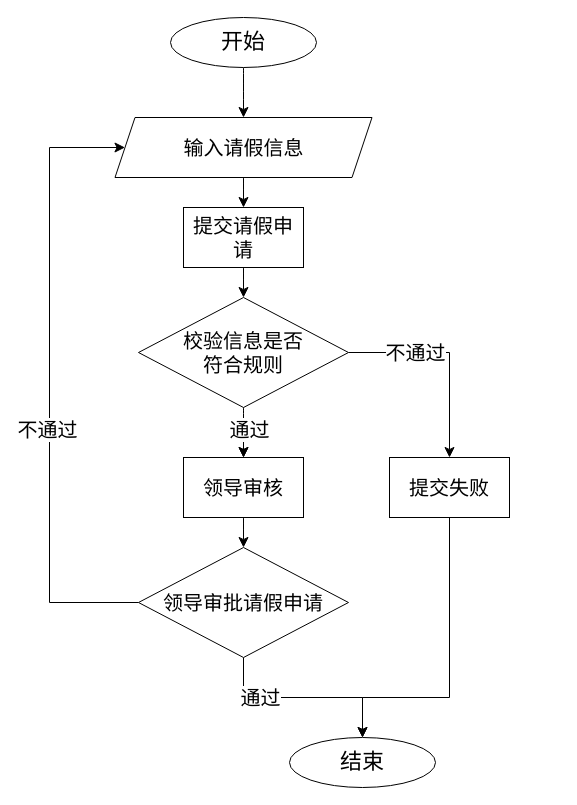
The draw.io diagram page "教师请假流程图" (27 of 47) of 系统结构图.drawio in yuglei/design, before the edit. Source tidied: cells renumbered, new cells numbered last; positions are measured from the earlier drawing's top-left corner, leaving out a move shared by most shapes. Both pictures are drawn from the tidied source at 100%, with x=0, y=0 at pixel (49, 17).
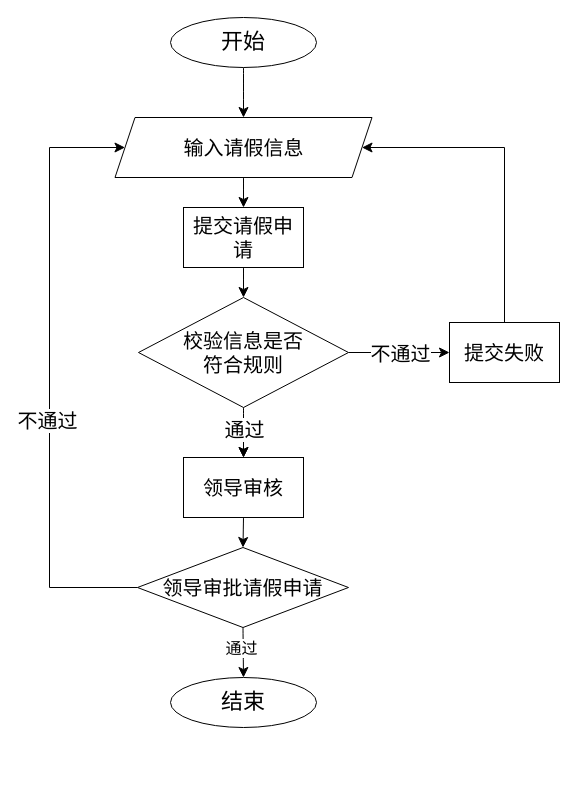
Above is the later version.

The change refers to these unchanged cells:
```xml
<mxCell id="5" value="&lt;span style=&quot;font-size: 20px;&quot;&gt;输入请假信息&lt;/span&gt;" style="shape=parallelogram;perimeter=parallelogramPerimeter;whiteSpace=wrap;html=1;fixedSize=1;" parent="1" vertex="1">
  <mxGeometry x="65.5" y="100" width="257" height="60" as="geometry" />
</mxCell>
<mxCell id="13" style="edgeStyle=none;curved=1;rounded=0;jettySize=auto;html=1;exitX=0.5;exitY=1;exitDx=0;exitDy=0;fontSize=12;startSize=8;endSize=8;" parent="1" edge="1" source="15" target="24">
  <mxGeometry relative="1" as="geometry" />
</mxCell>
<mxCell id="15" value="&lt;span style=&quot;font-size: 20px;&quot;&gt;校验信息是否&lt;/span&gt;&lt;div&gt;&lt;span style=&quot;font-size: 20px;&quot;&gt;符合规则&lt;/span&gt;&lt;/div&gt;" style="rhombus;whiteSpace=wrap;html=1;" parent="1" vertex="1">
  <mxGeometry x="89" y="280" width="210" height="110" as="geometry" />
</mxCell>
```

Diff of the diagram source:
```diff
@@
     <mxCell id="8" value="&lt;font style=&quot;font-size: 22px;&quot;&gt;结束&lt;/font&gt;" style="ellipse;whiteSpace=wrap;html=1;" parent="1" vertex="1">
-      <mxGeometry x="240" y="720" width="146" height="50" as="geometry" />
+      <mxGeometry x="121" y="660" width="146" height="50" as="geometry" />
     </mxCell>
-    <mxCell id="9" style="edgeStyle=orthogonalEdgeStyle;rounded=0;jettySize=auto;html=1;exitX=0.5;exitY=1;exitDx=0;exitDy=0;entryX=0.5;entryY=0;entryDx=0;entryDy=0;fontSize=12;startSize=8;endSize=8;" parent="1" edge="1" source="10" target="8">
+    <mxCell id="9" style="edgeStyle=orthogonalEdgeStyle;rounded=0;jettySize=auto;html=1;exitX=0.5;exitY=0;exitDx=0;exitDy=0;entryX=1;entryY=0.5;entryDx=0;entryDy=0;fontSize=12;startSize=8;endSize=8;" parent="1" edge="1" source="10" target="5">
       <mxGeometry relative="1" as="geometry">
         <Array as="points">
-          <mxPoint x="400" y="680" />
-          <mxPoint x="313" y="680" />
+          <mxPoint x="455" y="130" />
         </Array>
       </mxGeometry>
     </mxCell>
     <mxCell id="10" value="&lt;font style=&quot;font-size: 20px;&quot;&gt;提交失败&lt;/font&gt;" style="rounded=0;whiteSpace=wrap;html=1;" parent="1" vertex="1">
-      <mxGeometry x="340" y="440" width="120" height="60" as="geometry" />
+      <mxGeometry x="400" y="305" width="110" height="60" as="geometry" />
     </mxCell>
-    <mxCell id="11" style="edgeStyle=orthogonalEdgeStyle;rounded=0;jettySize=auto;html=1;exitX=1;exitY=0.5;exitDx=0;exitDy=0;entryX=0.5;entryY=0;entryDx=0;entryDy=0;fontSize=12;startSize=8;endSize=8;" parent="1" edge="1" source="15" target="10">
-      <mxGeometry relative="1" as="geometry" />
+    <mxCell id="11" style="edgeStyle=orthogonalEdgeStyle;rounded=0;jettySize=auto;html=1;exitX=1;exitY=0.5;exitDx=0;exitDy=0;fontSize=12;startSize=8;endSize=8;entryX=0;entryY=0.5;entryDx=0;entryDy=0;" parent="1" edge="1" source="15" target="10">
+      <mxGeometry relative="1" as="geometry">
+        <Array as="points">
+          <mxPoint x="400" y="335" />
+        </Array>
+      </mxGeometry>
     </mxCell>
     <mxCell id="12" value="&lt;font style=&quot;font-size: 20px;&quot;&gt;不通过&lt;/font&gt;" style="edgeLabel;html=1;align=center;verticalAlign=middle;fontSize=12;" parent="11" vertex="1">
-      <mxGeometry x="-0.36" y="1" relative="1" as="geometry" />
+      <mxGeometry x="-0.36" y="1" relative="1" as="geometry">
+        <mxPoint x="19" y="1" as="offset" />
+      </mxGeometry>
     </mxCell>
@@
     <mxCell id="14" value="&lt;font style=&quot;font-size: 20px;&quot;&gt;通过&lt;/font&gt;" style="edgeLabel;html=1;align=center;verticalAlign=middle;fontSize=12;" parent="13" vertex="1">
-      <mxGeometry x="-0.16" y="5" relative="1" as="geometry" />
+      <mxGeometry x="-0.16" y="5" relative="1" as="geometry">
+        <mxPoint x="-5" as="offset" />
+      </mxGeometry>
     </mxCell>
@@
     <mxCell id="16" style="edgeStyle=orthogonalEdgeStyle;rounded=0;jettySize=auto;html=1;exitX=0;exitY=0.5;exitDx=0;exitDy=0;fontSize=12;startSize=8;endSize=8;entryX=0;entryY=0.5;entryDx=0;entryDy=0;" parent="1" edge="1" source="20" target="5">
       <mxGeometry relative="1" as="geometry">
         <Array as="points">
-          <mxPoint y="585" />
+          <mxPoint y="570" />
           <mxPoint y="130" />
         </Array>
       </mxGeometry>
     </mxCell>
@@
-    <mxCell id="18" style="edgeStyle=orthogonalEdgeStyle;rounded=0;jettySize=auto;html=1;exitX=0.5;exitY=1;exitDx=0;exitDy=0;entryX=0.5;entryY=0;entryDx=0;entryDy=0;fontSize=12;startSize=8;endSize=8;" parent="1" edge="1" source="20" target="8">
+    <mxCell id="18" style="edgeStyle=none;curved=1;rounded=0;jettySize=auto;html=1;exitX=0.5;exitY=1;exitDx=0;exitDy=0;fontSize=12;startSize=8;endSize=8;" parent="1" edge="1" source="20" target="8">
       <mxGeometry relative="1" as="geometry" />
     </mxCell>
-    <mxCell id="19" value="&lt;font style=&quot;font-size: 20px;&quot;&gt;通过&lt;/font&gt;" style="edgeLabel;html=1;align=center;verticalAlign=middle;fontSize=12;" parent="18" vertex="1">
-      <mxGeometry x="-0.44" y="1" relative="1" as="geometry" />
+    <mxCell id="19" value="&lt;font style=&quot;font-size: 16px;&quot;&gt;通过&lt;/font&gt;" style="edgeLabel;html=1;align=center;verticalAlign=middle;fontSize=12;" parent="18" vertex="1">
+      <mxGeometry x="-0.2" y="-2" relative="1" as="geometry" />
     </mxCell>
     <mxCell id="20" value="&lt;span style=&quot;font-size: 20px;&quot;&gt;领导审批请假申请&lt;/span&gt;" style="rhombus;whiteSpace=wrap;html=1;" parent="1" vertex="1">
-      <mxGeometry x="89" y="530" width="210" height="110" as="geometry" />
+      <mxGeometry x="88" y="530" width="211" height="80" as="geometry" />
     </mxCell>
```
